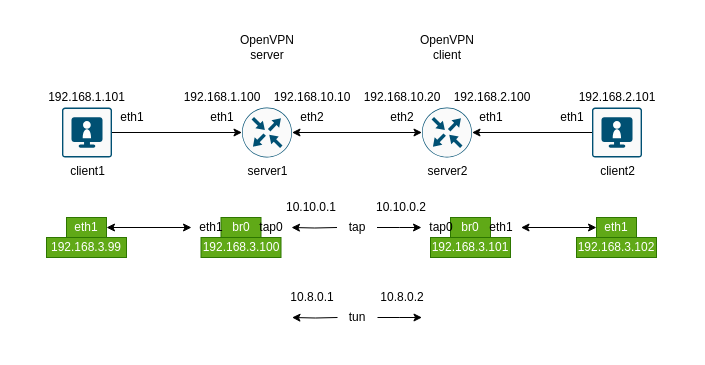
This is vpn_tunnels_demo_2/docs/scheme.drawio from mbfx/otus-linux-adm, a draw.io file, before an edit. Source tidied: cells renumbered, new cells numbered last; positions are measured from the earlier drawing's top-left corner, leaving out a move shared by most shapes. Both pictures are drawn from the tidied source at 100%, with x=0, y=0 at pixel (44, 37).
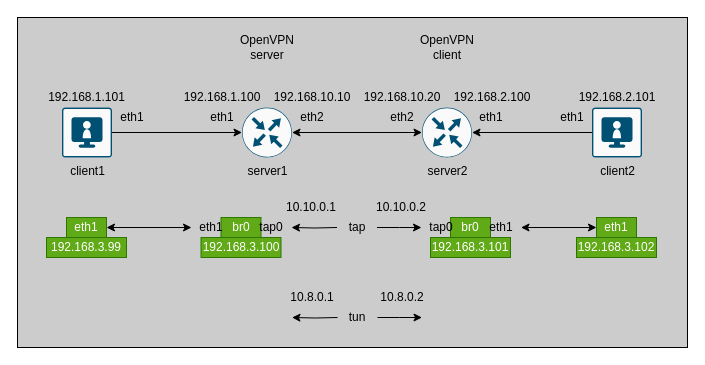
Above is the later version.

Commit message (it also covers changes not shown here):
scheme transparency fixed

Diff of the diagram source:
```diff
@@
+    <mxCell id="47" style="rounded=0;whiteSpace=wrap;html=1;fillColor=#CCCCCC;" parent="1" vertex="1">
+      <mxGeometry x="-27" y="-20" width="670" height="330" as="geometry" />
+    </mxCell>
```
